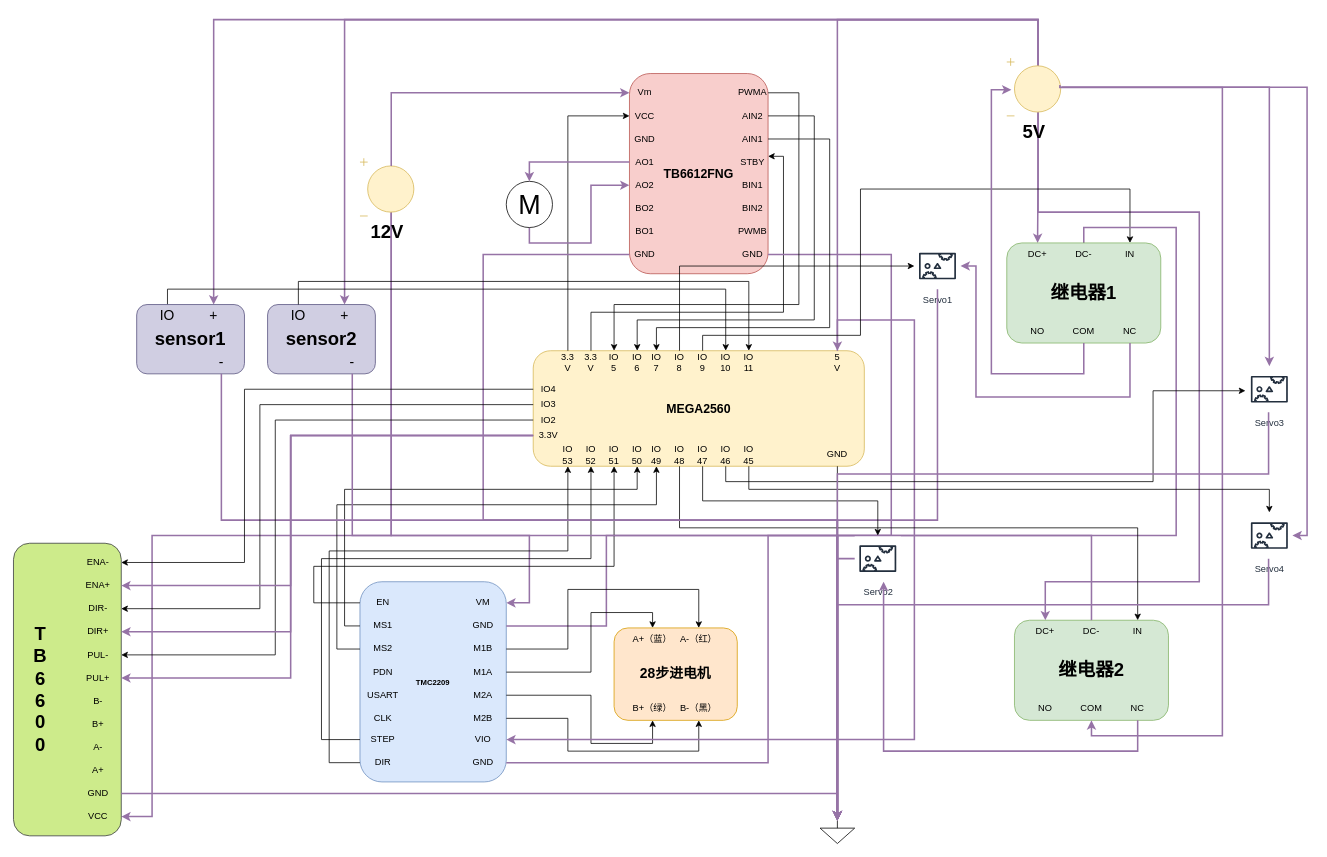
This is 电路图出纸.drawio from xinlanzi/Induisal-design, a draw.io file, before an edit. Source tidied: cells renumbered, new cells numbered last; positions are measured from the earlier drawing's top-left corner, leaving out a move shared by most shapes. Both pictures are drawn from the tidied source at 77%, with x=0, y=0 at pixel (13, 19).
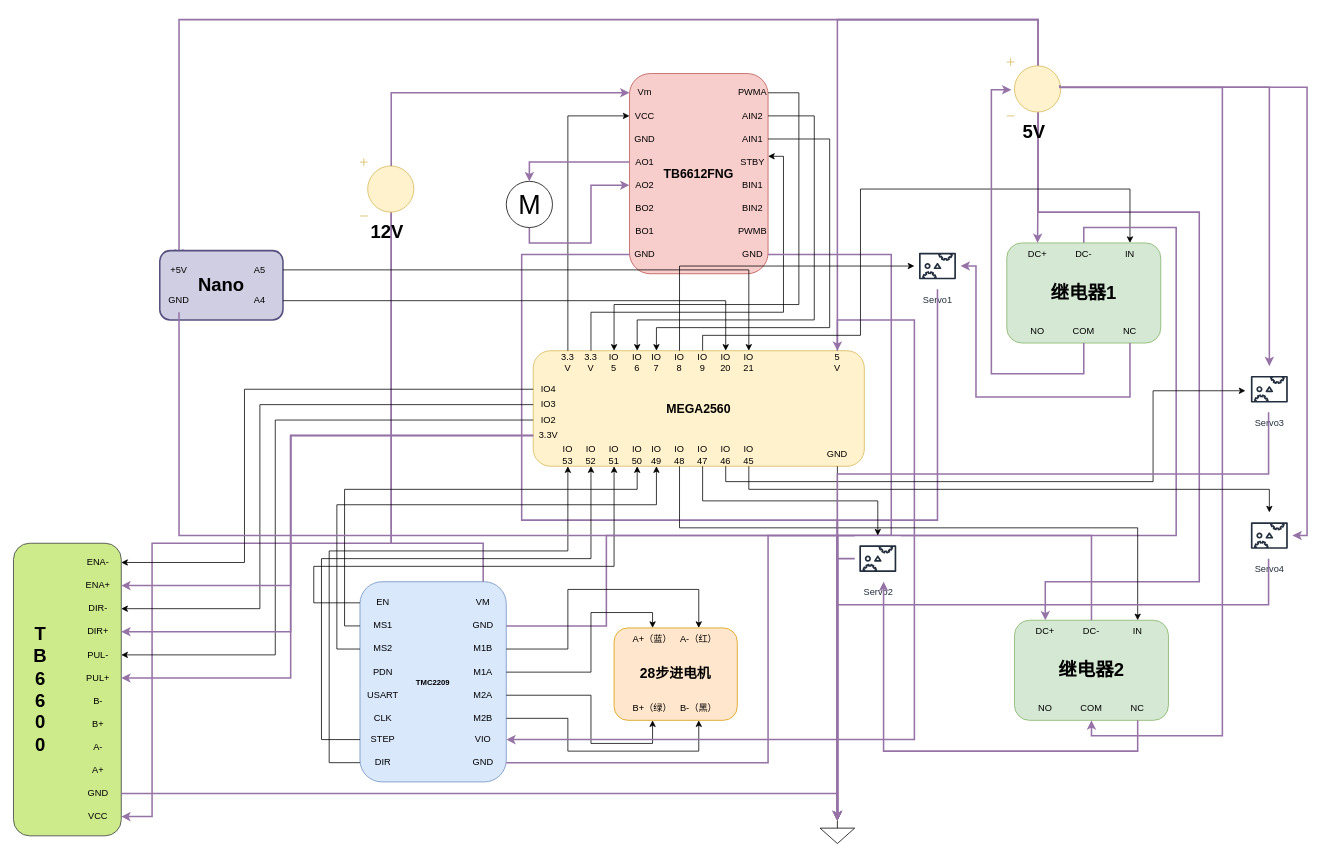
After the change.

Commit message:
更新电路图出纸.drawio

Unchanged cells that the change refers to:
```xml
<mxCell id="4" value="&lt;font style=&quot;font-size: 24px;&quot;&gt;&lt;b&gt;12V&lt;/b&gt;&lt;/font&gt;" style="verticalLabelPosition=bottom;shadow=0;dashed=0;align=center;html=1;verticalAlign=top;shape=mxgraph.electrical.signal_sources.dc_source_1;fillColor=#fff2cc;strokeColor=#d6b656;rotation=0;" parent="1" vertex="1">
  <mxGeometry x="450" y="180" width="70" height="75" as="geometry" />
</mxCell>
<mxCell id="15" value="GND" style="text;html=1;whiteSpace=wrap;strokeColor=none;fillColor=none;align=center;verticalAlign=middle;rounded=0;" parent="6" vertex="1">
  <mxGeometry y="220" width="40" height="30" as="geometry" />
</mxCell>
<mxCell id="24" style="group;" parent="1" vertex="1">
  <mxGeometry x="675" y="430" width="430" height="150" as="geometry" />
</mxCell>
<mxCell id="56" style="verticalLabelPosition=bottom;shadow=0;dashed=0;align=center;html=1;verticalAlign=top;shape=mxgraph.electrical.signal_sources.signal_ground;" parent="1" vertex="1">
  <mxGeometry x="1047.5" y="1040" width="45" height="30" as="geometry" />
</mxCell>
<mxCell id="74" value="VM" style="text;html=1;whiteSpace=wrap;strokeColor=none;fillColor=none;align=center;verticalAlign=middle;rounded=0;" parent="64" vertex="1">
  <mxGeometry x="130" y="12.4" width="60" height="30" as="geometry" />
</mxCell>
<mxCell id="104" value="&lt;font style=&quot;font-size: 24px;&quot;&gt;&lt;b&gt;5V&lt;/b&gt;&lt;/font&gt;" style="verticalLabelPosition=bottom;shadow=0;dashed=0;align=center;html=1;verticalAlign=top;shape=mxgraph.electrical.signal_sources.dc_source_1;fillColor=#fff2cc;strokeColor=#d6b656;rotation=0;" parent="1" vertex="1">
  <mxGeometry x="1290" y="50" width="70" height="75" as="geometry" />
</mxCell>
<mxCell id="170" value="VCC" style="text;html=1;whiteSpace=wrap;strokeColor=none;fillColor=none;align=center;verticalAlign=middle;rounded=0;" parent="156" vertex="1">
  <mxGeometry x="80" y="340" width="60" height="30" as="geometry" />
</mxCell>
```

Diff of the diagram source:
```diff
@@
-    <mxCell id="2" style="edgeStyle=orthogonalEdgeStyle;rounded=0;jettySize=auto;html=1;entryX=1;entryY=0.5;entryDx=0;entryDy=0;fillColor=#e1d5e7;strokeColor=#9673a6;strokeWidth=2;exitX=0.58;exitY=0.935;exitDx=0;exitDy=0;exitPerimeter=0;" parent="1" edge="1" source="4" target="74">
+    <mxCell id="2" style="edgeStyle=orthogonalEdgeStyle;rounded=0;jettySize=auto;html=1;entryX=0.5;entryY=0;entryDx=0;entryDy=0;fillColor=#e1d5e7;strokeColor=#9673a6;strokeWidth=2;exitX=0.58;exitY=0.935;exitDx=0;exitDy=0;exitPerimeter=0;" parent="1" edge="1" source="4" target="74">
       <mxGeometry relative="1" as="geometry">
         <Array as="points">
-          <mxPoint x="491" y="670" />
-          <mxPoint x="670" y="670" />
-          <mxPoint x="670" y="757" />
+          <mxPoint x="491" y="680" />
+          <mxPoint x="610" y="680" />
         </Array>
       </mxGeometry>
     </mxCell>
     <mxCell id="3" style="edgeStyle=orthogonalEdgeStyle;rounded=0;jettySize=auto;html=1;exitX=0.58;exitY=0.135;exitDx=0;exitDy=0;exitPerimeter=0;entryX=1;entryY=0.5;entryDx=0;entryDy=0;fillColor=#e1d5e7;strokeColor=#9673a6;strokeWidth=2;" parent="1" edge="1" source="4" target="170">
       <mxGeometry relative="1" as="geometry">
         <Array as="points">
-          <mxPoint x="491" y="670" />
-          <mxPoint x="180" y="670" />
+          <mxPoint x="491" y="680" />
+          <mxPoint x="180" y="680" />
           <mxPoint x="180" y="1035" />
         </Array>
       </mxGeometry>
     </mxCell>
@@
-    <mxCell id="44" value="IO&lt;div&gt;10&lt;/div&gt;" style="text;html=1;whiteSpace=wrap;strokeColor=none;fillColor=none;align=center;verticalAlign=middle;rounded=0;" parent="24" vertex="1">
+    <mxCell id="44" value="IO&lt;div&gt;20&lt;/div&gt;" style="text;html=1;whiteSpace=wrap;strokeColor=none;fillColor=none;align=center;verticalAlign=middle;rounded=0;" parent="24" vertex="1">
       <mxGeometry x="235" width="30" height="30" as="geometry" />
     </mxCell>
-    <mxCell id="45" value="IO&lt;div&gt;11&lt;/div&gt;" style="text;html=1;whiteSpace=wrap;strokeColor=none;fillColor=none;align=center;verticalAlign=middle;rounded=0;" parent="24" vertex="1">
+    <mxCell id="45" value="IO&lt;div&gt;21&lt;/div&gt;" style="text;html=1;whiteSpace=wrap;strokeColor=none;fillColor=none;align=center;verticalAlign=middle;rounded=0;" parent="24" vertex="1">
       <mxGeometry x="265" width="30" height="30" as="geometry" />
     </mxCell>
@@
     <mxCell id="63" style="edgeStyle=orthogonalEdgeStyle;rounded=0;jettySize=auto;html=1;exitX=0;exitY=0.5;exitDx=0;exitDy=0;entryX=0.5;entryY=0;entryDx=0;entryDy=0;entryPerimeter=0;strokeWidth=2;fillColor=#e1d5e7;strokeColor=#9673a6;" parent="1" edge="1" source="15" target="56">
       <mxGeometry relative="1" as="geometry">
         <Array as="points">
-          <mxPoint x="610" y="305" />
-          <mxPoint x="610" y="650" />
+          <mxPoint x="660" y="305" />
+          <mxPoint x="660" y="650" />
           <mxPoint x="1070" y="650" />
         </Array>
       </mxGeometry>
     </mxCell>
@@
-    <mxCell id="102" style="edgeStyle=orthogonalEdgeStyle;rounded=0;jettySize=auto;html=1;exitX=0.58;exitY=0.135;exitDx=0;exitDy=0;exitPerimeter=0;entryX=0.5;entryY=0;entryDx=0;entryDy=0;fillColor=#e1d5e7;strokeColor=#9673a6;strokeWidth=2;" parent="1" edge="1" source="104" target="150">
-      <mxGeometry relative="1" as="geometry">
-        <Array as="points">
-          <mxPoint x="1331" />
-          <mxPoint x="260" />
-        </Array>
-      </mxGeometry>
-    </mxCell>
-    <mxCell id="103" style="edgeStyle=orthogonalEdgeStyle;rounded=0;jettySize=auto;html=1;exitX=0.58;exitY=0.135;exitDx=0;exitDy=0;exitPerimeter=0;entryX=0.5;entryY=0;entryDx=0;entryDy=0;fillColor=#e1d5e7;strokeColor=#9673a6;strokeWidth=2;" parent="1" edge="1" source="104" target="144">
-      <mxGeometry relative="1" as="geometry">
-        <Array as="points">
-          <mxPoint x="1331" />
-          <mxPoint x="430" />
-        </Array>
-      </mxGeometry>
-    </mxCell>
+    <mxCell id="178" style="edgeStyle=orthogonalEdgeStyle;rounded=0;jettySize=auto;html=1;exitX=0.58;exitY=0.135;exitDx=0;exitDy=0;exitPerimeter=0;entryX=0.5;entryY=0;entryDx=0;entryDy=0;fillColor=#e1d5e7;strokeColor=#9673a6;strokeWidth=2;" parent="1" edge="1" source="104" target="184">
+      <mxGeometry relative="1" as="geometry">
+        <Array as="points">
+          <mxPoint x="1331" />
+          <mxPoint x="215" />
+        </Array>
+      </mxGeometry>
+    </mxCell>
@@
-    <mxCell id="142" style="group;" parent="1" vertex="1">
-      <mxGeometry x="330" y="370" width="140" height="90" as="geometry" />
-    </mxCell>
-    <mxCell id="143" value="&lt;font style=&quot;font-size: 24px;&quot;&gt;&lt;b&gt;sensor2&lt;/b&gt;&lt;/font&gt;" style="rounded=1;whiteSpace=wrap;html=1;fillColor=#d0cee2;strokeColor=#56517e;" parent="142" vertex="1">
-      <mxGeometry width="140" height="90" as="geometry" />
-    </mxCell>
-    <mxCell id="144" value="&lt;font style=&quot;font-size: 18px;&quot;&gt;+&lt;/font&gt;" style="text;html=1;whiteSpace=wrap;strokeColor=none;fillColor=none;align=center;verticalAlign=middle;rounded=0;" parent="142" vertex="1">
-      <mxGeometry x="70" width="60" height="30" as="geometry" />
-    </mxCell>
-    <mxCell id="145" value="&lt;font style=&quot;font-size: 18px;&quot;&gt;-&lt;/font&gt;" style="text;html=1;whiteSpace=wrap;strokeColor=none;fillColor=none;align=center;verticalAlign=middle;rounded=0;" parent="142" vertex="1">
-      <mxGeometry x="80" y="60" width="60" height="30" as="geometry" />
-    </mxCell>
-    <mxCell id="146" value="&lt;span style=&quot;font-size: 18px;&quot;&gt;IO&lt;/span&gt;" style="text;html=1;whiteSpace=wrap;strokeColor=none;fillColor=none;align=center;verticalAlign=middle;rounded=0;" parent="142" vertex="1">
-      <mxGeometry x="10" width="60" height="30" as="geometry" />
-    </mxCell>
-    <mxCell id="147" style="edgeStyle=orthogonalEdgeStyle;rounded=0;jettySize=auto;html=1;exitX=0.5;exitY=0;exitDx=0;exitDy=0;entryX=0.5;entryY=0;entryDx=0;entryDy=0;" parent="1" edge="1" source="152" target="44">
-      <mxGeometry relative="1" as="geometry">
-        <Array as="points">
-          <mxPoint x="200" y="350" />
-          <mxPoint x="925" y="350" />
-        </Array>
-      </mxGeometry>
-    </mxCell>
-    <mxCell id="148" style="group;" parent="1" vertex="1">
-      <mxGeometry x="160" y="370" width="140" height="90" as="geometry" />
-    </mxCell>
-    <mxCell id="149" value="&lt;font style=&quot;font-size: 24px;&quot;&gt;&lt;b&gt;sensor1&lt;/b&gt;&lt;/font&gt;" style="rounded=1;whiteSpace=wrap;html=1;fillColor=#d0cee2;strokeColor=#56517e;" parent="148" vertex="1">
-      <mxGeometry width="140" height="90" as="geometry" />
-    </mxCell>
-    <mxCell id="150" value="&lt;font style=&quot;font-size: 18px;&quot;&gt;+&lt;/font&gt;" style="text;html=1;whiteSpace=wrap;strokeColor=none;fillColor=none;align=center;verticalAlign=middle;rounded=0;" parent="148" vertex="1">
-      <mxGeometry x="70" width="60" height="30" as="geometry" />
-    </mxCell>
-    <mxCell id="151" value="&lt;font style=&quot;font-size: 18px;&quot;&gt;-&lt;/font&gt;" style="text;html=1;whiteSpace=wrap;strokeColor=none;fillColor=none;align=center;verticalAlign=middle;rounded=0;" parent="148" vertex="1">
-      <mxGeometry x="80" y="60" width="60" height="30" as="geometry" />
-    </mxCell>
-    <mxCell id="152" value="&lt;span style=&quot;font-size: 18px;&quot;&gt;IO&lt;/span&gt;" style="text;html=1;whiteSpace=wrap;strokeColor=none;fillColor=none;align=center;verticalAlign=middle;rounded=0;" parent="148" vertex="1">
-      <mxGeometry x="10" width="60" height="30" as="geometry" />
-    </mxCell>
-    <mxCell id="153" style="edgeStyle=orthogonalEdgeStyle;rounded=0;jettySize=auto;html=1;exitX=0.5;exitY=0;exitDx=0;exitDy=0;entryX=0.5;entryY=0;entryDx=0;entryDy=0;" parent="1" edge="1" source="146" target="45">
-      <mxGeometry relative="1" as="geometry">
-        <Array as="points">
-          <mxPoint x="370" y="340" />
-          <mxPoint x="955" y="340" />
-        </Array>
-      </mxGeometry>
-    </mxCell>
-    <mxCell id="154" style="edgeStyle=orthogonalEdgeStyle;rounded=0;jettySize=auto;html=1;exitX=0.5;exitY=1;exitDx=0;exitDy=0;entryX=0.5;entryY=0;entryDx=0;entryDy=0;entryPerimeter=0;fillColor=#e1d5e7;strokeColor=#9673a6;strokeWidth=2;" parent="1" edge="1" source="145" target="56">
-      <mxGeometry relative="1" as="geometry">
-        <Array as="points">
-          <mxPoint x="440" y="670" />
-          <mxPoint x="1070" y="670" />
-        </Array>
-      </mxGeometry>
-    </mxCell>
-    <mxCell id="155" style="edgeStyle=orthogonalEdgeStyle;rounded=0;jettySize=auto;html=1;exitX=0.5;exitY=1;exitDx=0;exitDy=0;entryX=0.5;entryY=0;entryDx=0;entryDy=0;entryPerimeter=0;fillColor=#e1d5e7;strokeColor=#9673a6;strokeWidth=2;" parent="1" edge="1" source="151" target="56">
-      <mxGeometry relative="1" as="geometry">
-        <Array as="points">
-          <mxPoint x="270" y="650" />
-          <mxPoint x="1070" y="650" />
-        </Array>
-      </mxGeometry>
-    </mxCell>
@@
+    <mxCell id="179" style="group;" parent="1" vertex="1">
+      <mxGeometry x="200" y="280" width="150" height="170" as="geometry" />
+    </mxCell>
+    <mxCell id="180" value="&lt;font style=&quot;font-size: 24px;&quot;&gt;&lt;b&gt;Nano&lt;/b&gt;&lt;/font&gt;" style="rounded=1;whiteSpace=wrap;html=1;fillColor=#d0cee2;strokeColor=#56517e;strokeWidth=2;" parent="179" vertex="1">
+      <mxGeometry x="-10" y="20" width="160" height="90" as="geometry" />
+    </mxCell>
+    <mxCell id="181" value="A4" style="text;html=1;whiteSpace=wrap;strokeColor=none;fillColor=none;align=center;verticalAlign=middle;rounded=0;" parent="179" vertex="1">
+      <mxGeometry x="90" y="70" width="60" height="30" as="geometry" />
+    </mxCell>
+    <mxCell id="182" value="A5" style="text;html=1;whiteSpace=wrap;strokeColor=none;fillColor=none;align=center;verticalAlign=middle;rounded=0;" parent="179" vertex="1">
+      <mxGeometry x="90" y="30" width="60" height="30" as="geometry" />
+    </mxCell>
+    <mxCell id="183" value="GND" style="text;html=1;whiteSpace=wrap;strokeColor=none;fillColor=none;align=center;verticalAlign=middle;rounded=0;" parent="179" vertex="1">
+      <mxGeometry x="-10" y="70" width="50" height="30" as="geometry" />
+    </mxCell>
+    <mxCell id="184" value="+5V" style="text;html=1;whiteSpace=wrap;strokeColor=none;fillColor=none;align=center;verticalAlign=middle;rounded=0;" parent="179" vertex="1">
+      <mxGeometry x="-10" y="30" width="50" height="30" as="geometry" />
+    </mxCell>
+    <mxCell id="185" style="edgeStyle=orthogonalEdgeStyle;rounded=0;jettySize=auto;html=1;exitX=1;exitY=0.5;exitDx=0;exitDy=0;entryX=0.5;entryY=0;entryDx=0;entryDy=0;" parent="1" edge="1" source="181" target="44">
+      <mxGeometry relative="1" as="geometry" />
+    </mxCell>
+    <mxCell id="186" style="edgeStyle=orthogonalEdgeStyle;rounded=0;jettySize=auto;html=1;exitX=1;exitY=0.5;exitDx=0;exitDy=0;entryX=0.5;entryY=0;entryDx=0;entryDy=0;" parent="1" edge="1" source="182" target="45">
+      <mxGeometry relative="1" as="geometry" />
+    </mxCell>
+    <mxCell id="187" style="edgeStyle=orthogonalEdgeStyle;rounded=0;jettySize=auto;html=1;exitX=0.5;exitY=1;exitDx=0;exitDy=0;entryX=0.5;entryY=0;entryDx=0;entryDy=0;entryPerimeter=0;fillColor=#e1d5e7;strokeColor=#9673a6;strokeWidth=2;" parent="1" edge="1" source="183" target="56">
+      <mxGeometry relative="1" as="geometry">
+        <Array as="points">
+          <mxPoint x="215" y="670" />
+          <mxPoint x="1070" y="670" />
+        </Array>
+      </mxGeometry>
+    </mxCell>
```
